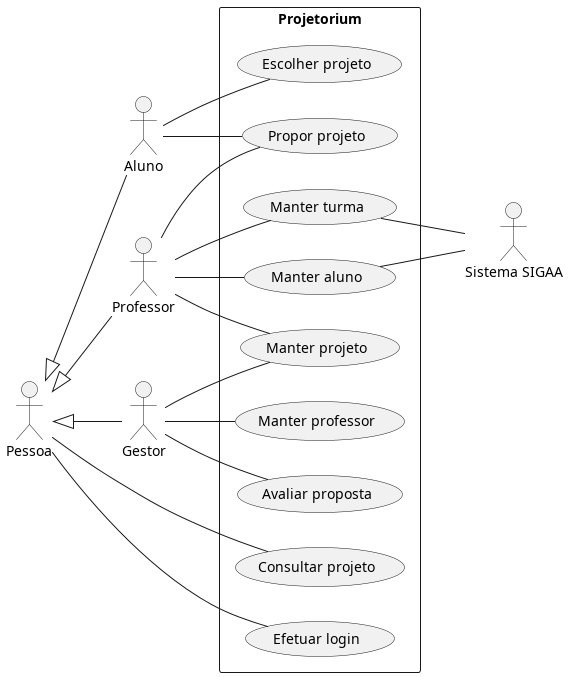
Earlier version of the PlantUML export requisitos/usecase.png (Pedro-V/projetorium).
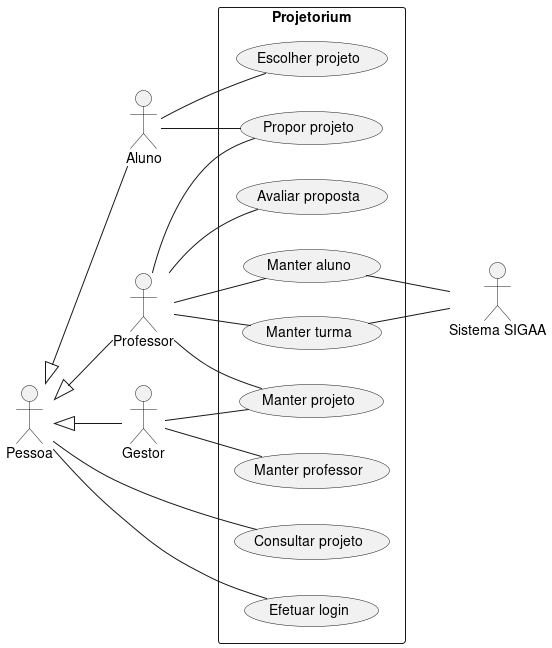
The same file after the commit.

The edit, as a diff of the source:
```diff
@@ -32,8 +32,8 @@
 Professor -- MantTurm
 Professor -- MantProj
 Professor -- PropProj
+Professor -- AvalProp
 
-Gestor -- AvalProp
 Gestor -- MantProj
 Gestor -- MantProf
 
```
